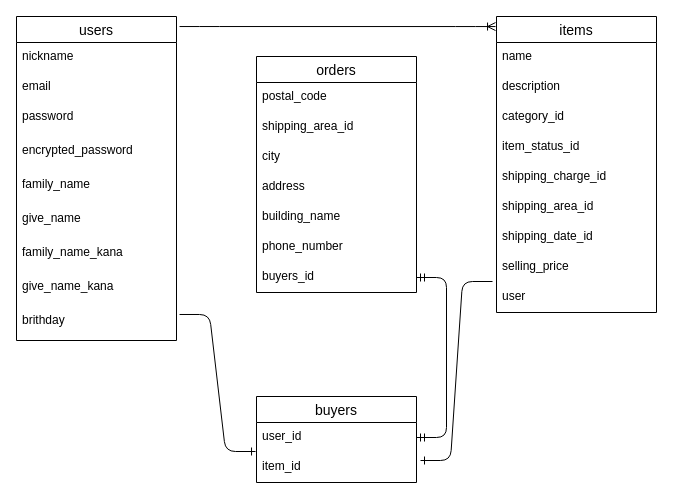
Above: test.dio in daiki-tech/furima-34398 (draw.io), before the change. Source tidied: cells renumbered, new cells numbered last; positions are measured from the earlier drawing's top-left corner, leaving out a move shared by most shapes. Both pictures are drawn from the tidied source at 100%, with x=0, y=0 at pixel (16, 16).
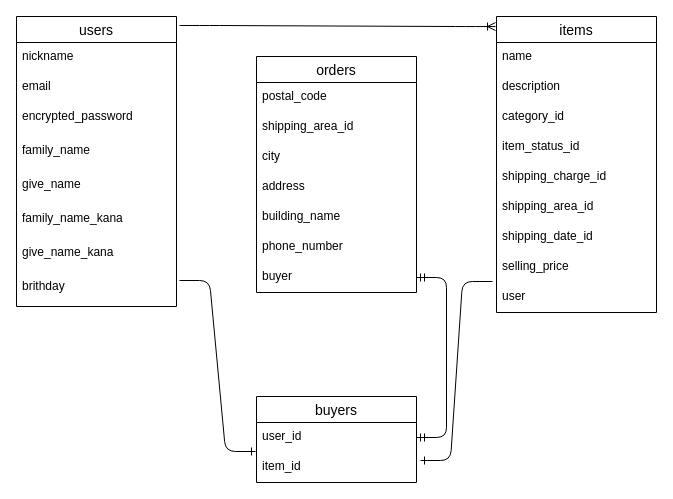
The same diagram, later.

The change refers to these unchanged cells:
```xml
<mxCell id="22" value="orders" style="swimlane;fontStyle=0;horizontal=1;startSize=26;align=center;fontSize=14;" parent="1" vertex="1">
  <mxGeometry x="240" y="40" width="160" height="236" as="geometry" />
</mxCell>
```

The edit, as a diff of the source:
```diff
@@
     <mxCell id="2" value="users" style="swimlane;fontStyle=0;horizontal=1;startSize=26;align=center;fontSize=14;" parent="1" vertex="1">
-      <mxGeometry width="160" height="324" as="geometry" />
+      <mxGeometry width="160" height="290" as="geometry" />
     </mxCell>
@@
-    <mxCell id="5" value="password" style="text;strokeColor=none;fillColor=none;spacingLeft=4;spacingRight=4;overflow=hidden;fontSize=12;" parent="2" vertex="1">
-      <mxGeometry y="86" width="160" height="34" as="geometry" />
-    </mxCell>
     <mxCell id="6" value="encrypted_password" style="text;strokeColor=none;fillColor=none;spacingLeft=4;spacingRight=4;overflow=hidden;fontSize=12;" parent="2" vertex="1">
-      <mxGeometry y="120" width="160" height="34" as="geometry" />
+      <mxGeometry y="86" width="160" height="34" as="geometry" />
     </mxCell>
     <mxCell id="7" value="family_name" style="text;strokeColor=none;fillColor=none;spacingLeft=4;spacingRight=4;overflow=hidden;fontSize=12;" parent="2" vertex="1">
-      <mxGeometry y="154" width="160" height="34" as="geometry" />
+      <mxGeometry y="120" width="160" height="34" as="geometry" />
     </mxCell>
     <mxCell id="8" value="give_name" style="text;strokeColor=none;fillColor=none;spacingLeft=4;spacingRight=4;overflow=hidden;fontSize=12;" parent="2" vertex="1">
-      <mxGeometry y="188" width="160" height="34" as="geometry" />
+      <mxGeometry y="154" width="160" height="34" as="geometry" />
     </mxCell>
     <mxCell id="9" value="family_name_kana" style="text;strokeColor=none;fillColor=none;spacingLeft=4;spacingRight=4;overflow=hidden;fontSize=12;" parent="2" vertex="1">
-      <mxGeometry y="222" width="160" height="34" as="geometry" />
+      <mxGeometry y="188" width="160" height="34" as="geometry" />
     </mxCell>
     <mxCell id="10" value="give_name_kana" style="text;strokeColor=none;fillColor=none;spacingLeft=4;spacingRight=4;overflow=hidden;fontSize=12;" parent="2" vertex="1">
-      <mxGeometry y="256" width="160" height="34" as="geometry" />
+      <mxGeometry y="222" width="160" height="34" as="geometry" />
     </mxCell>
     <mxCell id="11" value="brithday" style="text;strokeColor=none;fillColor=none;spacingLeft=4;spacingRight=4;overflow=hidden;points=[[0,0.5],[1,0.5]];portConstraint=eastwest;fontSize=12;" parent="2" vertex="1">
-      <mxGeometry y="290" width="160" height="34" as="geometry" />
+      <mxGeometry y="256" width="160" height="34" as="geometry" />
     </mxCell>
@@
-    <mxCell id="29" value="buyers_id" style="text;strokeColor=none;fillColor=none;spacingLeft=4;spacingRight=4;overflow=hidden;points=[[0,0.5],[1,0.5]];portConstraint=eastwest;fontSize=12;" parent="22" vertex="1">
+    <mxCell id="29" value="buyer" style="text;strokeColor=none;fillColor=none;spacingLeft=4;spacingRight=4;overflow=hidden;points=[[0,0.5],[1,0.5]];portConstraint=eastwest;fontSize=12;" parent="22" vertex="1">
       <mxGeometry y="206" width="160" height="30" as="geometry" />
     </mxCell>
```
